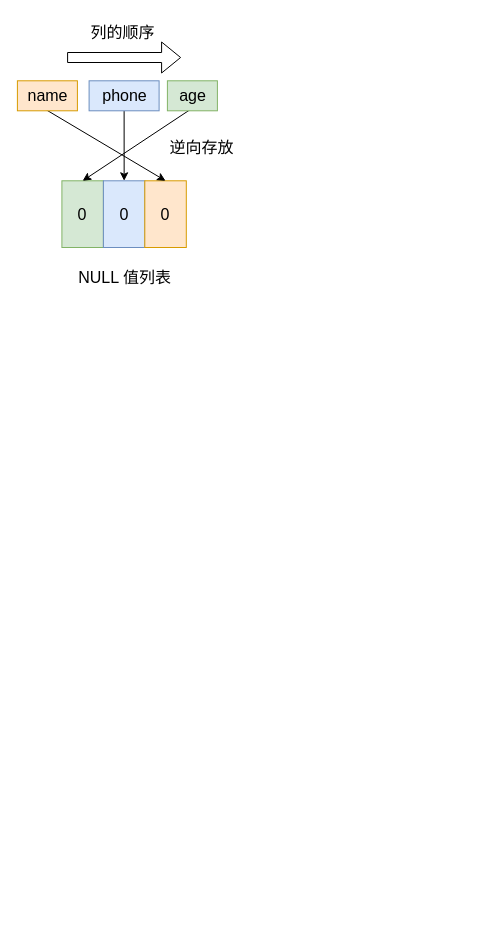
This is mysql/row_format/null值列表.drawio from xiaolincoder/ImageHost4, a draw.io file, before an edit. Source tidied: cells renumbered, new cells numbered last; positions are measured from the earlier drawing's top-left corner, leaving out a move shared by most shapes. Both pictures are drawn from the tidied source at 100%, with x=0, y=0 at pixel (17, 17).
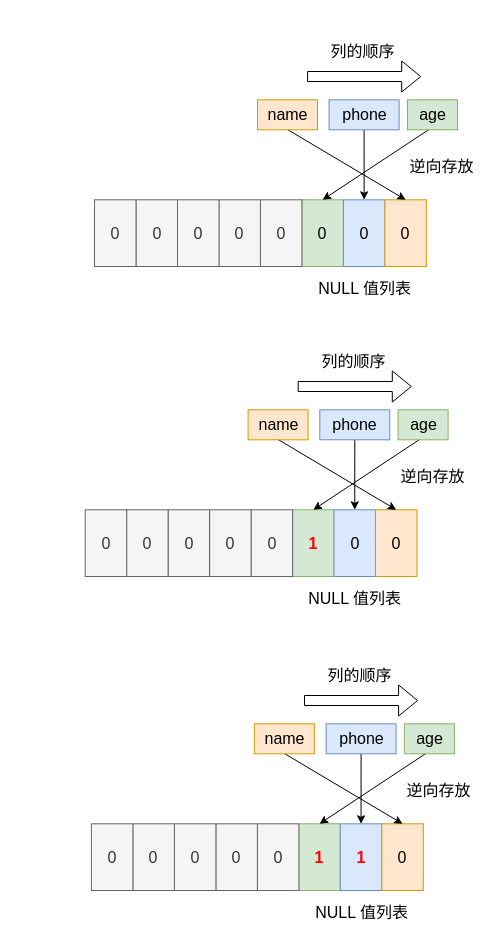
After the change.

Commit message (it also covers changes not shown here):
更新null值列表.drawio

Diff of the diagram source:
```diff
@@
     <mxCell id="2" value="0" style="rounded=0;whiteSpace=wrap;html=1;fontSize=16;fillColor=#d5e8d4;strokeColor=#82b366;" parent="1" vertex="1">
-      <mxGeometry x="44.4" y="163.3" width="41.5" height="66.7" as="geometry" />
+      <mxGeometry x="284.4" y="182.3" width="41.5" height="66.7" as="geometry" />
     </mxCell>
     <mxCell id="3" value="0" style="rounded=0;whiteSpace=wrap;html=1;fontSize=16;fillColor=#dae8fc;strokeColor=#6c8ebf;" parent="1" vertex="1">
-      <mxGeometry x="85.9" y="163.3" width="41.5" height="66.7" as="geometry" />
+      <mxGeometry x="325.9" y="182.3" width="41.5" height="66.7" as="geometry" />
     </mxCell>
     <mxCell id="4" value="0" style="rounded=0;whiteSpace=wrap;html=1;fontSize=16;fillColor=#ffe6cc;strokeColor=#d79b00;" parent="1" vertex="1">
-      <mxGeometry x="127.3" y="163.3" width="41.5" height="66.7" as="geometry" />
+      <mxGeometry x="367.4" y="182.3" width="41.5" height="66.7" as="geometry" />
     </mxCell>
@@
     <mxCell id="6" value="name" style="text;html=1;align=center;verticalAlign=middle;points=[];strokeColor=#d79b00;fillColor=#ffe6cc;fontSize=16;" parent="1" vertex="1">
-      <mxGeometry x="-0.1" y="63.3" width="60" height="30" as="geometry" />
+      <mxGeometry x="240" y="82.3" width="60" height="30" as="geometry" />
     </mxCell>
@@
     <mxCell id="8" value="phone" style="text;html=1;align=center;verticalAlign=middle;points=[];strokeColor=#6c8ebf;fillColor=#dae8fc;fontSize=16;" parent="1" vertex="1">
-      <mxGeometry x="71.6" y="63.3" width="70" height="30" as="geometry" />
+      <mxGeometry x="311.6" y="82.3" width="70" height="30" as="geometry" />
     </mxCell>
@@
     <mxCell id="10" value="age" style="text;html=1;align=center;verticalAlign=middle;points=[];strokeColor=#82b366;fillColor=#d5e8d4;fontSize=16;" parent="1" vertex="1">
-      <mxGeometry x="149.9" y="63.3" width="50" height="30" as="geometry" />
+      <mxGeometry x="390" y="82.3" width="50" height="30" as="geometry" />
     </mxCell>
     <mxCell id="11" style="shape=flexArrow;endArrow=classic;html=1;rounded=0;fontSize=16;" parent="1" edge="1">
       <mxGeometry relative="1" as="geometry">
-        <mxPoint x="49.6" y="40" as="sourcePoint" />
-        <mxPoint x="163.6" y="40" as="targetPoint" />
+        <mxPoint x="289.6" y="59" as="sourcePoint" />
+        <mxPoint x="403.7" y="59" as="targetPoint" />
       </mxGeometry>
     </mxCell>
     <mxCell id="12" value="列的顺序" style="text;html=1;align=center;verticalAlign=middle;strokeColor=none;fillColor=none;fontSize=16;" parent="1" vertex="1">
-      <mxGeometry x="59.9" width="90" height="30" as="geometry" />
+      <mxGeometry x="300" y="19" width="90" height="30" as="geometry" />
     </mxCell>
     <mxCell id="13" value="逆向存放" style="text;html=1;align=center;verticalAlign=middle;strokeColor=none;fillColor=none;fontSize=16;" parent="1" vertex="1">
-      <mxGeometry x="139" y="115" width="90" height="30" as="geometry" />
+      <mxGeometry x="379" y="134" width="90" height="30" as="geometry" />
     </mxCell>
     <mxCell id="14" value="NULL 值列表" style="text;html=1;align=center;verticalAlign=middle;strokeColor=none;fillColor=none;fontSize=16;" parent="1" vertex="1">
-      <mxGeometry x="46.6" y="245" width="120" height="30" as="geometry" />
+      <mxGeometry x="286.6" y="256" width="120" height="30" as="geometry" />
     </mxCell>
+    <mxCell id="15" value="0" style="rounded=0;whiteSpace=wrap;html=1;fontSize=16;fillColor=#f5f5f5;strokeColor=#666666;fontColor=#333333;" parent="1" vertex="1">
+      <mxGeometry x="242.9" y="182.3" width="41.5" height="66.7" as="geometry" />
+    </mxCell>
+    <mxCell id="16" value="0" style="rounded=0;whiteSpace=wrap;html=1;fontSize=16;fillColor=#f5f5f5;strokeColor=#666666;fontColor=#333333;" parent="1" vertex="1">
+      <mxGeometry x="201.4" y="182.3" width="41.5" height="66.7" as="geometry" />
+    </mxCell>
+    <mxCell id="17" value="0" style="rounded=0;whiteSpace=wrap;html=1;fontSize=16;fillColor=#f5f5f5;strokeColor=#666666;fontColor=#333333;" parent="1" vertex="1">
+      <mxGeometry x="160" y="182.3" width="41.5" height="66.7" as="geometry" />
+    </mxCell>
+    <mxCell id="18" value="0" style="rounded=0;whiteSpace=wrap;html=1;fontSize=16;fillColor=#f5f5f5;strokeColor=#666666;fontColor=#333333;" parent="1" vertex="1">
+      <mxGeometry x="118.5" y="182.3" width="41.5" height="66.7" as="geometry" />
+    </mxCell>
+    <mxCell id="19" value="0" style="rounded=0;whiteSpace=wrap;html=1;fontSize=16;fillColor=#f5f5f5;strokeColor=#666666;fontColor=#333333;" parent="1" vertex="1">
+      <mxGeometry x="77" y="182.3" width="41.5" height="66.7" as="geometry" />
+    </mxCell>
+    <mxCell id="20" value="&lt;font color=&quot;#ff0000&quot;&gt;&lt;b&gt;1&lt;/b&gt;&lt;/font&gt;" style="rounded=0;whiteSpace=wrap;html=1;fontSize=16;fillColor=#d5e8d4;strokeColor=#82b366;" parent="1" vertex="1">
+      <mxGeometry x="275.1" y="492.3" width="41.5" height="66.7" as="geometry" />
+    </mxCell>
+    <mxCell id="21" value="0" style="rounded=0;whiteSpace=wrap;html=1;fontSize=16;fillColor=#dae8fc;strokeColor=#6c8ebf;" parent="1" vertex="1">
+      <mxGeometry x="316.5" y="492.3" width="41.5" height="66.7" as="geometry" />
+    </mxCell>
+    <mxCell id="22" value="0" style="rounded=0;whiteSpace=wrap;html=1;fontSize=16;fillColor=#ffe6cc;strokeColor=#d79b00;" parent="1" vertex="1">
+      <mxGeometry x="358" y="492.3" width="41.5" height="66.7" as="geometry" />
+    </mxCell>
+    <mxCell id="23" style="edgeStyle=none;rounded=0;jettySize=auto;html=1;entryX=0.5;entryY=0;entryDx=0;entryDy=0;exitX=0.48;exitY=0.967;exitDx=0;exitDy=0;exitPerimeter=0;fontSize=16;" parent="1" edge="1" source="24" target="22">
+      <mxGeometry relative="1" as="geometry" />
+    </mxCell>
+    <mxCell id="24" value="name" style="text;html=1;align=center;verticalAlign=middle;points=[];strokeColor=#d79b00;fillColor=#ffe6cc;fontSize=16;" parent="1" vertex="1">
+      <mxGeometry x="230.6" y="392.3" width="60" height="30" as="geometry" />
+    </mxCell>
+    <mxCell id="25" style="edgeStyle=none;rounded=0;jettySize=auto;html=1;entryX=0.5;entryY=0;entryDx=0;entryDy=0;fontSize=16;" parent="1" edge="1" source="26" target="21">
+      <mxGeometry relative="1" as="geometry" />
+    </mxCell>
+    <mxCell id="26" value="phone" style="text;html=1;align=center;verticalAlign=middle;points=[];strokeColor=#6c8ebf;fillColor=#dae8fc;fontSize=16;" parent="1" vertex="1">
+      <mxGeometry x="302.3" y="392.3" width="70" height="30" as="geometry" />
+    </mxCell>
+    <mxCell id="27" style="rounded=0;jettySize=auto;html=1;entryX=0.5;entryY=0;entryDx=0;entryDy=0;exitX=0.45;exitY=0.967;exitDx=0;exitDy=0;exitPerimeter=0;fontSize=16;" parent="1" edge="1" source="28" target="20">
+      <mxGeometry relative="1" as="geometry" />
+    </mxCell>
+    <mxCell id="28" value="age" style="text;html=1;align=center;verticalAlign=middle;points=[];strokeColor=#82b366;fillColor=#d5e8d4;fontSize=16;" parent="1" vertex="1">
+      <mxGeometry x="380.6" y="392.3" width="50" height="30" as="geometry" />
+    </mxCell>
+    <mxCell id="29" style="shape=flexArrow;endArrow=classic;html=1;rounded=0;fontSize=16;" parent="1" edge="1">
+      <mxGeometry relative="1" as="geometry">
+        <mxPoint x="280.2" y="369" as="sourcePoint" />
+        <mxPoint x="394.3" y="369" as="targetPoint" />
+      </mxGeometry>
+    </mxCell>
+    <mxCell id="30" value="列的顺序" style="text;html=1;align=center;verticalAlign=middle;strokeColor=none;fillColor=none;fontSize=16;" parent="1" vertex="1">
+      <mxGeometry x="290.6" y="329" width="90" height="30" as="geometry" />
+    </mxCell>
+    <mxCell id="31" value="逆向存放" style="text;html=1;align=center;verticalAlign=middle;strokeColor=none;fillColor=none;fontSize=16;" parent="1" vertex="1">
+      <mxGeometry x="369.7" y="444" width="90" height="30" as="geometry" />
+    </mxCell>
+    <mxCell id="32" value="NULL 值列表" style="text;html=1;align=center;verticalAlign=middle;strokeColor=none;fillColor=none;fontSize=16;" parent="1" vertex="1">
+      <mxGeometry x="277.3" y="566" width="120" height="30" as="geometry" />
+    </mxCell>
+    <mxCell id="33" value="0" style="rounded=0;whiteSpace=wrap;html=1;fontSize=16;fillColor=#f5f5f5;strokeColor=#666666;fontColor=#333333;" parent="1" vertex="1">
+      <mxGeometry x="233.6" y="492.3" width="41.5" height="66.7" as="geometry" />
+    </mxCell>
+    <mxCell id="34" value="0" style="rounded=0;whiteSpace=wrap;html=1;fontSize=16;fillColor=#f5f5f5;strokeColor=#666666;fontColor=#333333;" parent="1" vertex="1">
+      <mxGeometry x="192.1" y="492.3" width="41.5" height="66.7" as="geometry" />
+    </mxCell>
+    <mxCell id="35" value="0" style="rounded=0;whiteSpace=wrap;html=1;fontSize=16;fillColor=#f5f5f5;strokeColor=#666666;fontColor=#333333;" parent="1" vertex="1">
+      <mxGeometry x="150.6" y="492.3" width="41.5" height="66.7" as="geometry" />
+    </mxCell>
+    <mxCell id="36" value="0" style="rounded=0;whiteSpace=wrap;html=1;fontSize=16;fillColor=#f5f5f5;strokeColor=#666666;fontColor=#333333;" parent="1" vertex="1">
+      <mxGeometry x="109.1" y="492.3" width="41.5" height="66.7" as="geometry" />
+    </mxCell>
+    <mxCell id="37" value="0" style="rounded=0;whiteSpace=wrap;html=1;fontSize=16;fillColor=#f5f5f5;strokeColor=#666666;fontColor=#333333;" parent="1" vertex="1">
+      <mxGeometry x="67.7" y="492.3" width="41.5" height="66.7" as="geometry" />
+    </mxCell>
+    <mxCell id="38" value="&lt;font color=&quot;#ff0000&quot;&gt;&lt;b&gt;1&lt;/b&gt;&lt;/font&gt;" style="rounded=0;whiteSpace=wrap;html=1;fontSize=16;fillColor=#d5e8d4;strokeColor=#82b366;" parent="1" vertex="1">
+      <mxGeometry x="281.3" y="806.3" width="41.5" height="66.7" as="geometry" />
+    </mxCell>
+    <mxCell id="39" value="&lt;font color=&quot;#ff0000&quot;&gt;&lt;b&gt;1&lt;/b&gt;&lt;/font&gt;" style="rounded=0;whiteSpace=wrap;html=1;fontSize=16;fillColor=#dae8fc;strokeColor=#6c8ebf;" parent="1" vertex="1">
+      <mxGeometry x="322.8" y="806.3" width="41.5" height="66.7" as="geometry" />
+    </mxCell>
+    <mxCell id="40" value="0" style="rounded=0;whiteSpace=wrap;html=1;fontSize=16;fillColor=#ffe6cc;strokeColor=#d79b00;" parent="1" vertex="1">
+      <mxGeometry x="364.3" y="806.3" width="41.5" height="66.7" as="geometry" />
+    </mxCell>
+    <mxCell id="41" style="edgeStyle=none;rounded=0;jettySize=auto;html=1;entryX=0.5;entryY=0;entryDx=0;entryDy=0;exitX=0.48;exitY=0.967;exitDx=0;exitDy=0;exitPerimeter=0;fontSize=16;" parent="1" edge="1" source="42" target="40">
+      <mxGeometry relative="1" as="geometry" />
+    </mxCell>
+    <mxCell id="42" value="name" style="text;html=1;align=center;verticalAlign=middle;points=[];strokeColor=#d79b00;fillColor=#ffe6cc;fontSize=16;" parent="1" vertex="1">
+      <mxGeometry x="236.9" y="706.3" width="60" height="30" as="geometry" />
+    </mxCell>
+    <mxCell id="43" style="edgeStyle=none;rounded=0;jettySize=auto;html=1;entryX=0.5;entryY=0;entryDx=0;entryDy=0;fontSize=16;" parent="1" edge="1" source="44" target="39">
+      <mxGeometry relative="1" as="geometry" />
+    </mxCell>
+    <mxCell id="44" value="phone" style="text;html=1;align=center;verticalAlign=middle;points=[];strokeColor=#6c8ebf;fillColor=#dae8fc;fontSize=16;" parent="1" vertex="1">
+      <mxGeometry x="308.6" y="706.3" width="70" height="30" as="geometry" />
+    </mxCell>
+    <mxCell id="45" style="rounded=0;jettySize=auto;html=1;entryX=0.5;entryY=0;entryDx=0;entryDy=0;exitX=0.45;exitY=0.967;exitDx=0;exitDy=0;exitPerimeter=0;fontSize=16;" parent="1" edge="1" source="46" target="38">
+      <mxGeometry relative="1" as="geometry" />
+    </mxCell>
+    <mxCell id="46" value="age" style="text;html=1;align=center;verticalAlign=middle;points=[];strokeColor=#82b366;fillColor=#d5e8d4;fontSize=16;" parent="1" vertex="1">
+      <mxGeometry x="386.9" y="706.3" width="50" height="30" as="geometry" />
+    </mxCell>
+    <mxCell id="47" style="shape=flexArrow;endArrow=classic;html=1;rounded=0;fontSize=16;" parent="1" edge="1">
+      <mxGeometry relative="1" as="geometry">
+        <mxPoint x="286.5" y="683" as="sourcePoint" />
+        <mxPoint x="400.6" y="683" as="targetPoint" />
+      </mxGeometry>
+    </mxCell>
+    <mxCell id="48" value="列的顺序" style="text;html=1;align=center;verticalAlign=middle;strokeColor=none;fillColor=none;fontSize=16;" parent="1" vertex="1">
+      <mxGeometry x="296.9" y="643" width="90" height="30" as="geometry" />
+    </mxCell>
+    <mxCell id="49" value="逆向存放" style="text;html=1;align=center;verticalAlign=middle;strokeColor=none;fillColor=none;fontSize=16;" parent="1" vertex="1">
+      <mxGeometry x="376" y="758" width="90" height="30" as="geometry" />
+    </mxCell>
+    <mxCell id="50" value="NULL 值列表" style="text;html=1;align=center;verticalAlign=middle;strokeColor=none;fillColor=none;fontSize=16;" parent="1" vertex="1">
+      <mxGeometry x="283.6" y="880" width="120" height="30" as="geometry" />
+    </mxCell>
+    <mxCell id="51" value="0" style="rounded=0;whiteSpace=wrap;html=1;fontSize=16;fillColor=#f5f5f5;strokeColor=#666666;fontColor=#333333;" parent="1" vertex="1">
+      <mxGeometry x="239.9" y="806.3" width="41.5" height="66.7" as="geometry" />
+    </mxCell>
+    <mxCell id="52" value="0" style="rounded=0;whiteSpace=wrap;html=1;fontSize=16;fillColor=#f5f5f5;strokeColor=#666666;fontColor=#333333;" parent="1" vertex="1">
+      <mxGeometry x="198.4" y="806.3" width="41.5" height="66.7" as="geometry" />
+    </mxCell>
+    <mxCell id="53" value="0" style="rounded=0;whiteSpace=wrap;html=1;fontSize=16;fillColor=#f5f5f5;strokeColor=#666666;fontColor=#333333;" parent="1" vertex="1">
+      <mxGeometry x="156.9" y="806.3" width="41.5" height="66.7" as="geometry" />
+    </mxCell>
+    <mxCell id="54" value="0" style="rounded=0;whiteSpace=wrap;html=1;fontSize=16;fillColor=#f5f5f5;strokeColor=#666666;fontColor=#333333;" parent="1" vertex="1">
+      <mxGeometry x="115.4" y="806.3" width="41.5" height="66.7" as="geometry" />
+    </mxCell>
+    <mxCell id="55" value="0" style="rounded=0;whiteSpace=wrap;html=1;fontSize=16;fillColor=#f5f5f5;strokeColor=#666666;fontColor=#333333;" parent="1" vertex="1">
+      <mxGeometry x="73.9" y="806.3" width="41.5" height="66.7" as="geometry" />
+    </mxCell>
```
